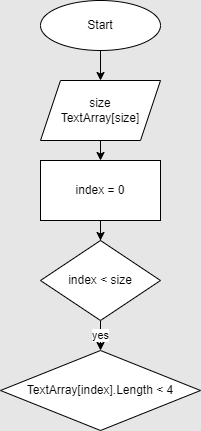
Earlier version of the draw.io export Algoritm.png (LidiyaLesnikova/VerificationWork). Source tidied: cells renumbered, new cells last; positions are measured from the earlier drawing's top-left corner, leaving out a move shared by most shapes. Source of this version:
```xml
<mxGraphModel background="#E6E6E6">
  <root>
    <mxCell id="0" />
    <mxCell id="1" parent="0" />
    <mxCell id="2" style="edgeStyle=orthogonalEdgeStyle;rounded=0;jettySize=auto;html=1;" parent="1" edge="1" source="3" target="4">
      <mxGeometry relative="1" as="geometry" />
    </mxCell>
    <mxCell id="3" value="Start" style="ellipse;whiteSpace=wrap;html=1;" parent="1" vertex="1">
      <mxGeometry x="40" width="120" height="50" as="geometry" />
    </mxCell>
    <mxCell id="4" value="size&lt;br&gt;TextArray[size]" style="shape=parallelogram;perimeter=parallelogramPerimeter;whiteSpace=wrap;html=1;fixedSize=1;" parent="1" vertex="1">
      <mxGeometry x="40" y="80" width="120" height="60" as="geometry" />
    </mxCell>
    <mxCell id="5" style="edgeStyle=orthogonalEdgeStyle;rounded=0;jettySize=auto;html=1;" parent="1" edge="1" source="6" target="9">
      <mxGeometry relative="1" as="geometry" />
    </mxCell>
    <mxCell id="6" value="index = 0" style="whiteSpace=wrap;html=1;" parent="1" vertex="1">
      <mxGeometry x="40" y="160" width="120" height="60" as="geometry" />
    </mxCell>
    <mxCell id="7" style="endArrow=classic;html=1;rounded=0;exitX=0.5;exitY=1;exitDx=0;exitDy=0;" parent="1" edge="1" source="4" target="6">
      <mxGeometry relative="1" as="geometry" />
    </mxCell>
    <mxCell id="8" value="yes" style="edgeStyle=orthogonalEdgeStyle;rounded=0;jettySize=auto;html=1;" parent="1" edge="1" source="9" target="10">
      <mxGeometry relative="1" as="geometry" />
    </mxCell>
    <mxCell id="9" value="index &amp;lt; size" style="rhombus;whiteSpace=wrap;html=1;" parent="1" vertex="1">
      <mxGeometry x="40" y="240" width="120" height="80" as="geometry" />
    </mxCell>
    <mxCell id="10" value="TextArray[index].Length &amp;lt; 4" style="rhombus;whiteSpace=wrap;html=1;fillColor=#FFFFFF;" parent="1" vertex="1">
      <mxGeometry y="350" width="200" height="80" as="geometry" />
    </mxCell>
  </root>
</mxGraphModel>
```
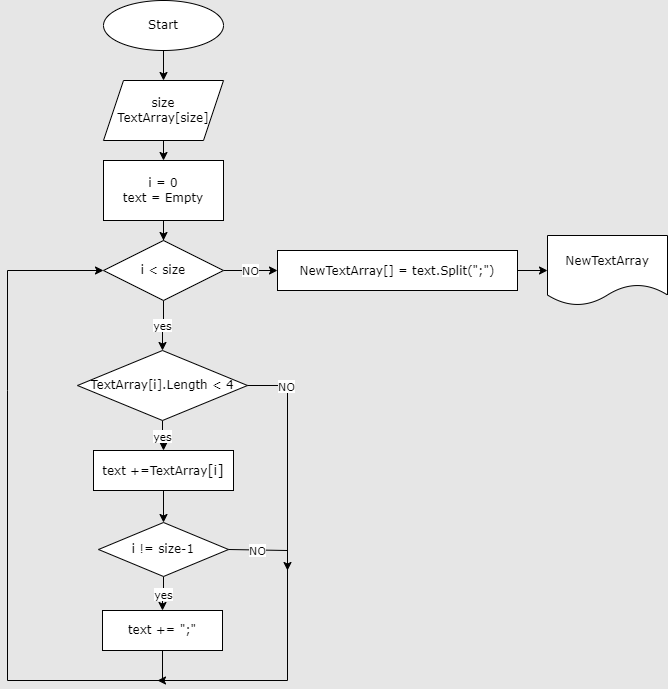
Above is the later version.

Diff of the diagram source:
```diff
@@ -2,32 +2,99 @@
   <root>
     <mxCell id="0" />
     <mxCell id="1" parent="0" />
-    <mxCell id="2" style="edgeStyle=orthogonalEdgeStyle;rounded=0;jettySize=auto;html=1;" parent="1" edge="1" source="3" target="4">
+    <mxCell id="2" style="edgeStyle=orthogonalEdgeStyle;rounded=0;jettySize=auto;html=1;fontFamily=Verdana;" parent="1" edge="1" source="3" target="4">
       <mxGeometry relative="1" as="geometry" />
     </mxCell>
-    <mxCell id="3" value="Start" style="ellipse;whiteSpace=wrap;html=1;" parent="1" vertex="1">
+    <mxCell id="3" value="Start" style="ellipse;whiteSpace=wrap;html=1;fontFamily=Verdana;" parent="1" vertex="1">
       <mxGeometry x="40" width="120" height="50" as="geometry" />
     </mxCell>
-    <mxCell id="4" value="size&lt;br&gt;TextArray[size]" style="shape=parallelogram;perimeter=parallelogramPerimeter;whiteSpace=wrap;html=1;fixedSize=1;" parent="1" vertex="1">
+    <mxCell id="4" value="size&lt;br&gt;TextArray[size]" style="shape=parallelogram;perimeter=parallelogramPerimeter;whiteSpace=wrap;html=1;fixedSize=1;fontFamily=Verdana;" parent="1" vertex="1">
       <mxGeometry x="40" y="80" width="120" height="60" as="geometry" />
     </mxCell>
-    <mxCell id="5" style="edgeStyle=orthogonalEdgeStyle;rounded=0;jettySize=auto;html=1;" parent="1" edge="1" source="6" target="9">
+    <mxCell id="5" style="edgeStyle=orthogonalEdgeStyle;rounded=0;jettySize=auto;html=1;fontFamily=Verdana;" parent="1" edge="1" source="6" target="9">
       <mxGeometry relative="1" as="geometry" />
     </mxCell>
-    <mxCell id="6" value="index = 0" style="whiteSpace=wrap;html=1;" parent="1" vertex="1">
+    <mxCell id="6" value="i = 0&lt;br&gt;text =&amp;nbsp;Empty" style="whiteSpace=wrap;html=1;fontFamily=Verdana;" parent="1" vertex="1">
       <mxGeometry x="40" y="160" width="120" height="60" as="geometry" />
     </mxCell>
-    <mxCell id="7" style="endArrow=classic;html=1;rounded=0;exitX=0.5;exitY=1;exitDx=0;exitDy=0;" parent="1" edge="1" source="4" target="6">
+    <mxCell id="7" style="endArrow=classic;html=1;rounded=0;exitX=0.5;exitY=1;exitDx=0;exitDy=0;fontFamily=Verdana;" parent="1" edge="1" source="4" target="6">
       <mxGeometry relative="1" as="geometry" />
     </mxCell>
-    <mxCell id="8" value="yes" style="edgeStyle=orthogonalEdgeStyle;rounded=0;jettySize=auto;html=1;" parent="1" edge="1" source="9" target="10">
+    <mxCell id="8" value="yes" style="edgeStyle=orthogonalEdgeStyle;rounded=0;jettySize=auto;html=1;fontFamily=Verdana;" parent="1" edge="1" source="9" target="10">
       <mxGeometry relative="1" as="geometry" />
     </mxCell>
+    <mxCell id="11" value="NO" style="edgeStyle=orthogonalEdgeStyle;rounded=0;jettySize=auto;html=1;fontColor=#000000;fontFamily=Verdana;" parent="1" edge="1" source="9" target="22">
+      <mxGeometry relative="1" as="geometry" />
+    </mxCell>
-    <mxCell id="9" value="index &amp;lt; size" style="rhombus;whiteSpace=wrap;html=1;" parent="1" vertex="1">
-      <mxGeometry x="40" y="240" width="120" height="80" as="geometry" />
+    <mxCell id="9" value="i &amp;lt; size" style="rhombus;whiteSpace=wrap;html=1;fontFamily=Verdana;" parent="1" vertex="1">
+      <mxGeometry x="40" y="240" width="120" height="60" as="geometry" />
     </mxCell>
+    <mxCell id="12" value="yes" style="edgeStyle=orthogonalEdgeStyle;rounded=0;jettySize=auto;html=1;fontFamily=Verdana;" parent="1" edge="1" source="10" target="14">
+      <mxGeometry relative="1" as="geometry" />
+    </mxCell>
-    <mxCell id="10" value="TextArray[index].Length &amp;lt; 4" style="rhombus;whiteSpace=wrap;html=1;fillColor=#FFFFFF;" parent="1" vertex="1">
-      <mxGeometry y="350" width="200" height="80" as="geometry" />
+    <mxCell id="10" value="TextArray[i].Length &amp;lt; 4" style="rhombus;whiteSpace=wrap;html=1;fillColor=#FFFFFF;fontFamily=Verdana;" parent="1" vertex="1">
+      <mxGeometry x="14" y="350" width="170" height="70" as="geometry" />
     </mxCell>
+    <mxCell id="13" style="edgeStyle=orthogonalEdgeStyle;rounded=0;jettySize=auto;html=1;fontColor=#000000;fontFamily=Verdana;" parent="1" edge="1" source="14" target="16">
+      <mxGeometry relative="1" as="geometry" />
+    </mxCell>
+    <mxCell id="14" value="text +=TextArray&lt;font&gt;&lt;span style=&quot;font-size: 14px; background-color: rgb(255, 255, 255);&quot;&gt;[i]&lt;/span&gt;&lt;/font&gt;" style="whiteSpace=wrap;html=1;fillColor=#FFFFFF;fontFamily=Verdana;" parent="1" vertex="1">
+      <mxGeometry x="30" y="450" width="140" height="40" as="geometry" />
+    </mxCell>
+    <mxCell id="15" value="yes" style="edgeStyle=orthogonalEdgeStyle;rounded=0;jettySize=auto;html=1;fontColor=#000000;fontFamily=Verdana;" parent="1" edge="1" source="16" target="17">
+      <mxGeometry relative="1" as="geometry" />
+    </mxCell>
+    <mxCell id="16" value="i != size-1" style="rhombus;whiteSpace=wrap;html=1;fillColor=#FFFFFF;fontFamily=Verdana;" parent="1" vertex="1">
+      <mxGeometry x="35" y="522" width="130" height="54" as="geometry" />
+    </mxCell>
+    <mxCell id="17" value="text += &quot;;&quot;" style="whiteSpace=wrap;html=1;fillColor=#FFFFFF;fontFamily=Verdana;" parent="1" vertex="1">
+      <mxGeometry x="39" y="610" width="120" height="40" as="geometry" />
+    </mxCell>
+    <mxCell id="18" style="endArrow=classic;html=1;rounded=0;fontColor=#000000;exitX=0.5;exitY=1;exitDx=0;exitDy=0;entryX=0;entryY=0.5;entryDx=0;entryDy=0;fontFamily=Verdana;" parent="1" edge="1" source="17" target="9">
+      <mxGeometry relative="1" as="geometry">
+        <Array as="points">
+          <mxPoint x="99" y="680" />
+          <mxPoint x="-56" y="680" />
+          <mxPoint x="-56" y="390" />
+          <mxPoint x="-56" y="270" />
+        </Array>
+      </mxGeometry>
+    </mxCell>
+    <mxCell id="19" style="endArrow=classic;html=1;rounded=0;fontColor=#000000;exitX=1;exitY=0.5;exitDx=0;exitDy=0;fontFamily=Verdana;" parent="1" edge="1" source="10">
+      <mxGeometry relative="1" as="geometry">
+        <mxPoint x="94" y="680" as="targetPoint" />
+        <Array as="points">
+          <mxPoint x="224" y="385" />
+          <mxPoint x="224" y="680" />
+        </Array>
+      </mxGeometry>
+    </mxCell>
+    <mxCell id="20" value="NO" style="edgeLabel;html=1;align=center;verticalAlign=middle;fontColor=#000000;fontFamily=Verdana;" parent="19" vertex="1">
+      <mxGeometry x="-0.7" y="-2" relative="1" as="geometry">
+        <mxPoint y="-30" as="offset" />
+      </mxGeometry>
+    </mxCell>
+    <mxCell id="21" style="edgeStyle=orthogonalEdgeStyle;rounded=0;jettySize=auto;html=1;fontColor=#000000;fontFamily=Verdana;" parent="1" edge="1" source="22" target="25">
+      <mxGeometry relative="1" as="geometry" />
+    </mxCell>
+    <mxCell id="22" value="&lt;div style=&quot;line-height: 19px;&quot;&gt;NewTextArray&lt;span style=&quot;background-color: rgb(255, 255, 255);&quot;&gt;[] = text.Split(&quot;;&quot;)&lt;/span&gt;&lt;/div&gt;" style="whiteSpace=wrap;html=1;fontFamily=Verdana;" parent="1" vertex="1">
+      <mxGeometry x="214" y="250" width="240" height="40" as="geometry" />
+    </mxCell>
+    <mxCell id="23" style="endArrow=classic;html=1;rounded=0;fontColor=#000000;exitX=1;exitY=0.5;exitDx=0;exitDy=0;fontFamily=Verdana;" parent="1" edge="1" source="16">
+      <mxGeometry relative="1" as="geometry">
+        <mxPoint x="224" y="570" as="targetPoint" />
+        <Array as="points">
+          <mxPoint x="224" y="550" />
+        </Array>
+      </mxGeometry>
+    </mxCell>
+    <mxCell id="24" value="NO" style="edgeLabel;html=1;align=center;verticalAlign=middle;fontColor=#000000;fontFamily=Verdana;" parent="23" vertex="1">
+      <mxGeometry x="-0.52" y="-3" relative="1" as="geometry">
+        <mxPoint x="10" y="-3" as="offset" />
+      </mxGeometry>
+    </mxCell>
+    <mxCell id="25" value="&lt;div style=&quot;line-height: 19px;&quot;&gt;&lt;span style=&quot;background-color: rgb(255, 255, 255);&quot;&gt;&lt;font style=&quot;font-size: 12px;&quot;&gt;NewTextArray&lt;/font&gt;&lt;/span&gt;&lt;/div&gt;" style="shape=document;whiteSpace=wrap;html=1;boundedLbl=1;fontFamily=Verdana;" parent="1" vertex="1">
+      <mxGeometry x="484" y="235" width="120" height="70" as="geometry" />
+    </mxCell>
   </root>
 </mxGraphModel>
```
